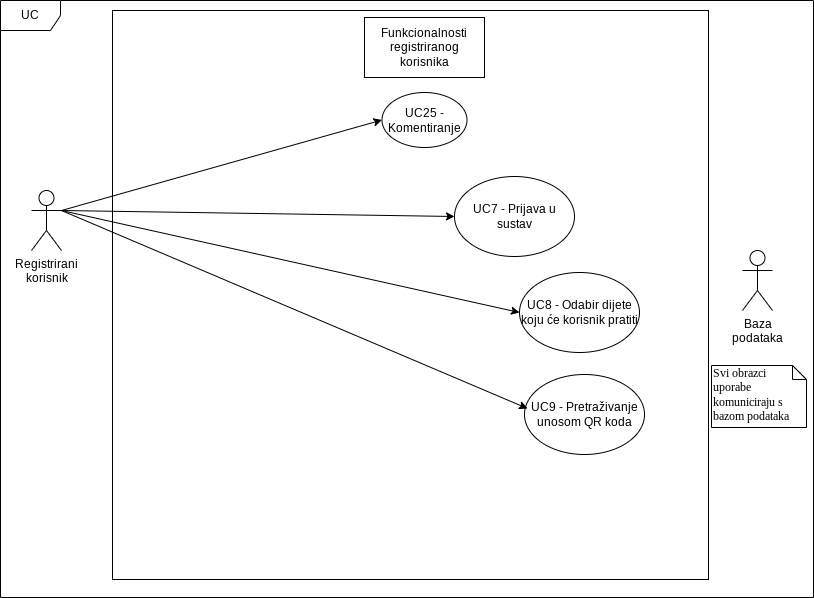
This is Dokumentacija/dijagrami/dijagram-obrazaca-uporabe-registriranog-korisnika.png from glatkobrasno/wall-e-zohari, a draw.io export, as it was before one commit. Source tidied: cells renumbered, new cells last; positions are measured from the earlier drawing's top-left corner, leaving out a move shared by most shapes. Its diagram source:
```xml
<mxGraphModel>
  <root>
    <mxCell id="0" />
    <mxCell id="1" parent="0" />
    <mxCell id="2" style="html=1;whiteSpace=wrap;" parent="1" vertex="1">
      <mxGeometry x="112" y="10" width="596" height="569" as="geometry" />
    </mxCell>
    <mxCell id="3" value="Registrirani&lt;br&gt;korisnik" style="shape=umlActor;verticalLabelPosition=bottom;verticalAlign=top;html=1;outlineConnect=0;labelBackgroundColor=none;rounded=0;" parent="1" vertex="1">
      <mxGeometry x="31" y="190" width="30" height="60" as="geometry" />
    </mxCell>
    <mxCell id="4" value="Baza&lt;br&gt;podataka" style="shape=umlActor;verticalLabelPosition=bottom;verticalAlign=top;html=1;" parent="1" vertex="1">
      <mxGeometry x="742" y="250" width="30" height="60" as="geometry" />
    </mxCell>
    <mxCell id="5" value="UC" style="shape=umlFrame;whiteSpace=wrap;html=1;" parent="1" vertex="1">
      <mxGeometry width="813" height="597" as="geometry" />
    </mxCell>
    <mxCell id="6" value="Funkcionalnosti registriranog korisnika" style="rounded=0;whiteSpace=wrap;html=1;" parent="1" vertex="1">
      <mxGeometry x="364" y="17" width="120" height="60" as="geometry" />
    </mxCell>
    <mxCell id="7" value="UC7 - Prijava u sustav" style="ellipse;whiteSpace=wrap;html=1;" parent="1" vertex="1">
      <mxGeometry x="454" y="176" width="120" height="80" as="geometry" />
    </mxCell>
    <mxCell id="8" style="endArrow=classic;html=1;exitX=1;exitY=0.3333333333333333;exitDx=0;exitDy=0;exitPerimeter=0;entryX=0;entryY=0.5;entryDx=0;entryDy=0;" parent="1" edge="1" source="3" target="7">
      <mxGeometry relative="1" as="geometry" />
    </mxCell>
    <mxCell id="9" value="UC25 - Komentiranje" style="ellipse;whiteSpace=wrap;html=1;" parent="1" vertex="1">
      <mxGeometry x="381.5" y="92" width="85" height="55" as="geometry" />
    </mxCell>
    <mxCell id="10" style="endArrow=classic;html=1;exitX=1;exitY=0.3333333333333333;exitDx=0;exitDy=0;exitPerimeter=0;entryX=0;entryY=0.5;entryDx=0;entryDy=0;" parent="1" edge="1" source="3" target="9">
      <mxGeometry relative="1" as="geometry" />
    </mxCell>
    <mxCell id="11" value="UC8 - Odabir dijete koju će korisnik pratiti" style="ellipse;whiteSpace=wrap;html=1;" parent="1" vertex="1">
      <mxGeometry x="519" y="272" width="120" height="80" as="geometry" />
    </mxCell>
    <mxCell id="12" style="endArrow=classic;html=1;rounded=0;exitX=1;exitY=0.3333333333333333;exitDx=0;exitDy=0;exitPerimeter=0;entryX=0;entryY=0.5;entryDx=0;entryDy=0;" parent="1" edge="1" source="3" target="11">
      <mxGeometry relative="1" as="geometry" />
    </mxCell>
    <mxCell id="13" value="UC9 - Pretraživanje unosom QR koda" style="ellipse;whiteSpace=wrap;html=1;" parent="1" vertex="1">
      <mxGeometry x="524" y="374" width="120" height="80" as="geometry" />
    </mxCell>
    <mxCell id="14" style="endArrow=classic;html=1;rounded=0;exitX=1;exitY=0.3333333333333333;exitDx=0;exitDy=0;exitPerimeter=0;entryX=0.025;entryY=0.425;entryDx=0;entryDy=0;entryPerimeter=0;" parent="1" edge="1" source="3" target="13">
      <mxGeometry relative="1" as="geometry" />
    </mxCell>
    <mxCell id="15" value="Svi obrazci uporabe komuniciraju s bazom podataka" style="shape=note;whiteSpace=wrap;html=1;size=14;verticalAlign=top;align=left;spacingTop=-6;rounded=0;shadow=0;comic=0;labelBackgroundColor=none;strokeWidth=1;fontFamily=Verdana;fontSize=12;" parent="1" vertex="1">
      <mxGeometry x="711" y="365" width="95" height="62" as="geometry" />
    </mxCell>
  </root>
</mxGraphModel>
```
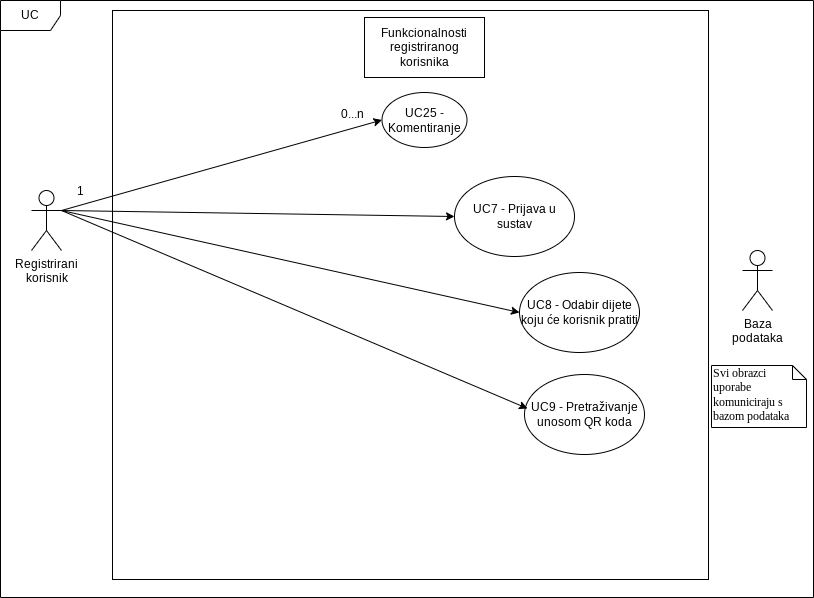
After the commit.

Diff of the diagram source:
```diff
@@ -44,5 +44,11 @@
     <mxCell id="15" value="Svi obrazci uporabe komuniciraju s bazom podataka" style="shape=note;whiteSpace=wrap;html=1;size=14;verticalAlign=top;align=left;spacingTop=-6;rounded=0;shadow=0;comic=0;labelBackgroundColor=none;strokeWidth=1;fontFamily=Verdana;fontSize=12;" parent="1" vertex="1">
       <mxGeometry x="711" y="365" width="95" height="62" as="geometry" />
     </mxCell>
+    <mxCell id="16" value="0...n&lt;br&gt;" style="text;html=1;strokeColor=none;fillColor=none;align=center;verticalAlign=middle;whiteSpace=wrap;rounded=0;" parent="1" vertex="1">
+      <mxGeometry x="321.5" y="99" width="60" height="30" as="geometry" />
+    </mxCell>
+    <mxCell id="17" value="1" style="text;html=1;strokeColor=none;fillColor=none;align=center;verticalAlign=middle;whiteSpace=wrap;rounded=0;" parent="1" vertex="1">
+      <mxGeometry x="50" y="176" width="60" height="30" as="geometry" />
+    </mxCell>
   </root>
 </mxGraphModel>
```
